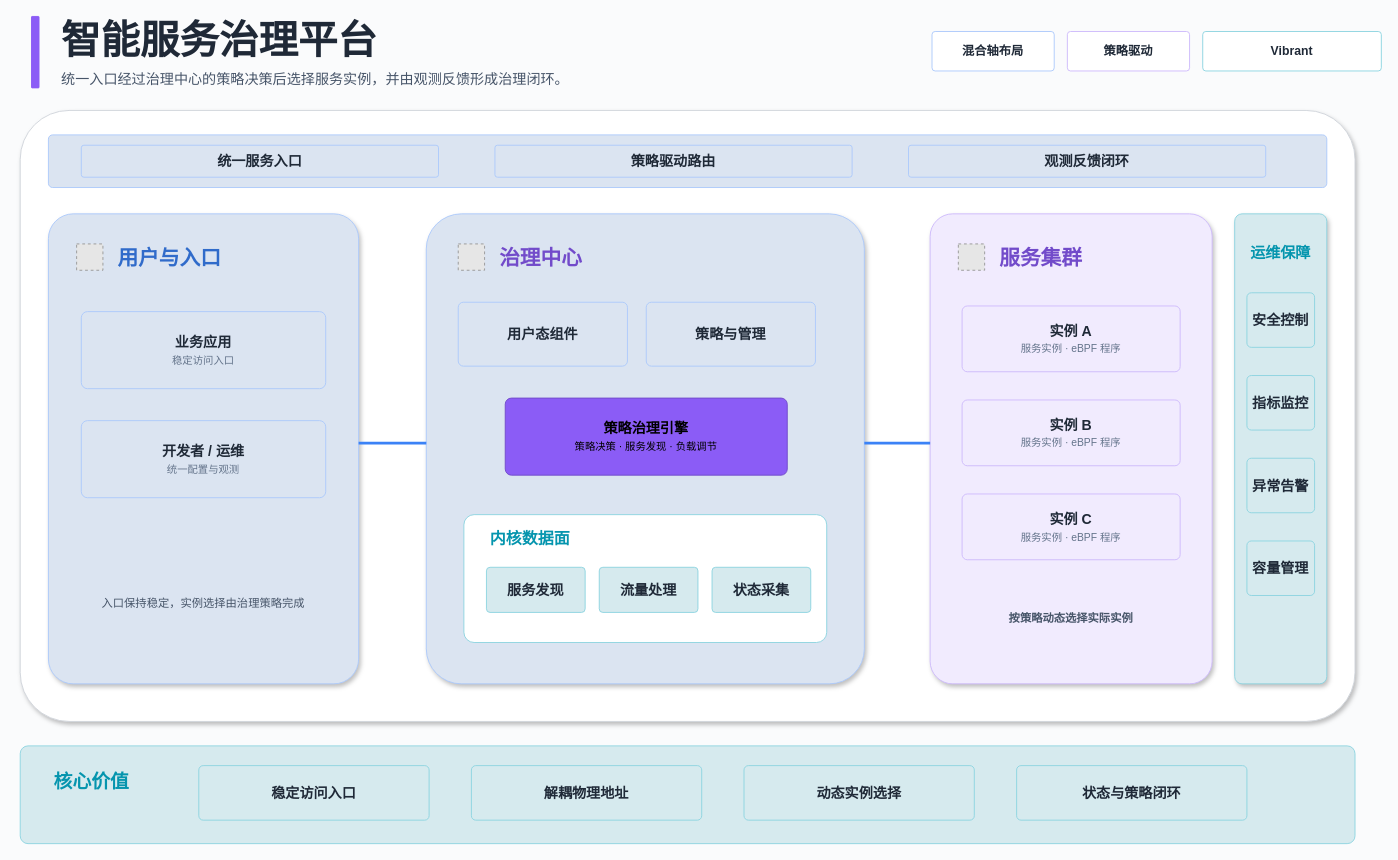
BeWaterMyFriend7/SKILL-PROJECT keeps this draw.io diagram as test-outputs/diagram-types/baselines/xml/vibrant.drawio. Above is the earlier version. Source tidied: cells renumbered, new cells numbered last; positions are measured from the earlier drawing's top-left corner, leaving out a move shared by most shapes. Both pictures are drawn from the tidied source at 94%, with x=0, y=0 at pixel (20, 16). Pictures stored in the file or linked from it are replaced by grey dashed boxes.
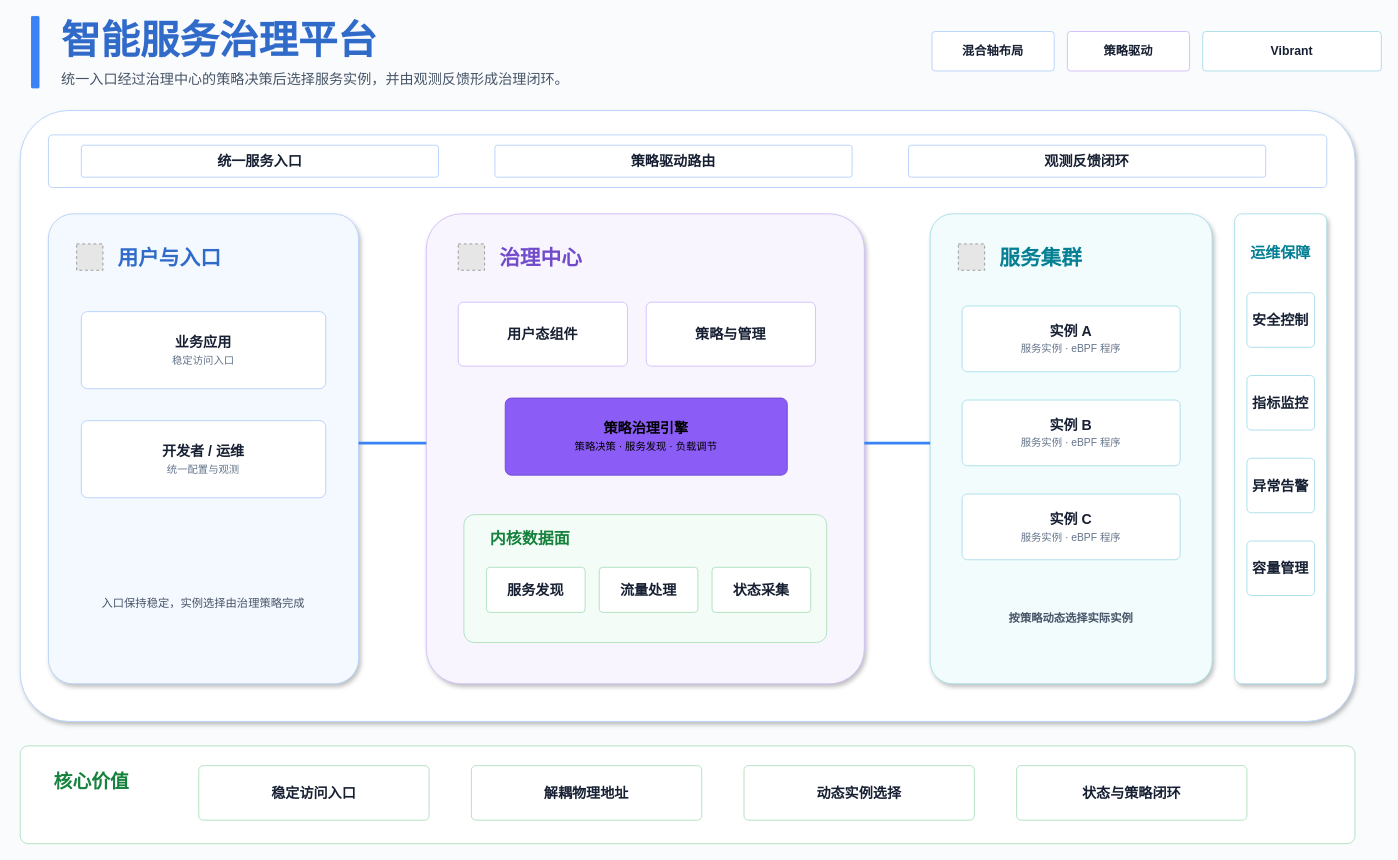
Above is the later version.

The edit, as a diff of the source:
```diff
@@
-    <mxCell id="2" style="rounded=1;arcSize=8;whiteSpace=wrap;html=1;fillColor=#8B5CF6;strokeColor=#8B5CF6;fontColor=#000000;fontSize=14;fontFamily=Microsoft YaHei;align=center;verticalAlign=middle;" parent="1" vertex="1">
+    <mxCell id="2" style="rounded=1;arcSize=8;whiteSpace=wrap;html=1;fillColor=#3B82F6;strokeColor=#3B82F6;fontColor=#000000;fontSize=14;fontFamily=Microsoft YaHei;align=center;verticalAlign=middle;" parent="1" vertex="1">
       <mxGeometry x="12" width="8" height="76" as="geometry" />
     </mxCell>
-    <mxCell id="3" value="智能服务治理平台" style="text=;html=1;strokeColor=none;fillColor=none;align=left;verticalAlign=middle;whiteSpace=wrap;fontFamily=Microsoft YaHei;fontSize=42;fontStyle=1;fontColor=#1F2937;" parent="1" vertex="1">
+    <mxCell id="3" value="智能服务治理平台" style="text=;html=1;strokeColor=none;fillColor=none;align=left;verticalAlign=middle;whiteSpace=wrap;fontFamily=Microsoft YaHei;fontSize=42;fontStyle=1;fontColor=#306BCA;" parent="1" vertex="1">
       <mxGeometry x="42" width="700" height="52" as="geometry" />
     </mxCell>
@@
-    <mxCell id="5" value="混合轴布局" style="rounded=1;arcSize=8;whiteSpace=wrap;html=1;fillColor=#FFFFFF;strokeColor=#ADCAFB;fontColor=#1F2937;fontSize=13;fontFamily=Microsoft YaHei;align=center;verticalAlign=middle;fontStyle=1;" parent="1" vertex="1">
+    <mxCell id="5" value="混合轴布局" style="rounded=1;arcSize=8;whiteSpace=wrap;html=1;fillColor=#FFFFFF;strokeColor=#B8D3FA;fontColor=#172033;fontSize=13;fontFamily=Microsoft YaHei;align=center;verticalAlign=middle;fontStyle=1;" parent="1" vertex="1">
       <mxGeometry x="970" y="16" width="130" height="42" as="geometry" />
     </mxCell>
-    <mxCell id="6" value="策略驱动" style="rounded=1;arcSize=8;whiteSpace=wrap;html=1;fillColor=#FFFFFF;strokeColor=#CEBBFB;fontColor=#1F2937;fontSize=13;fontFamily=Microsoft YaHei;align=center;verticalAlign=middle;fontStyle=1;" parent="1" vertex="1">
+    <mxCell id="6" value="策略驱动" style="rounded=1;arcSize=8;whiteSpace=wrap;html=1;fillColor=#FFFFFF;strokeColor=#D2BFFA;fontColor=#172033;fontSize=13;fontFamily=Microsoft YaHei;align=center;verticalAlign=middle;fontStyle=1;" parent="1" vertex="1">
       <mxGeometry x="1114" y="16" width="130" height="42" as="geometry" />
     </mxCell>
-    <mxCell id="7" value="Vibrant" style="rounded=1;arcSize=8;whiteSpace=wrap;html=1;fillColor=#FFFFFF;strokeColor=#8ED5E1;fontColor=#1F2937;fontSize=13;fontFamily=Microsoft YaHei;align=center;verticalAlign=middle;fontStyle=1;" parent="1" vertex="1">
+    <mxCell id="7" value="Vibrant" style="rounded=1;arcSize=8;whiteSpace=wrap;html=1;fillColor=#FFFFFF;strokeColor=#A9DFE9;fontColor=#172033;fontSize=13;fontFamily=Microsoft YaHei;align=center;verticalAlign=middle;fontStyle=1;" parent="1" vertex="1">
       <mxGeometry x="1258" y="16" width="190" height="42" as="geometry" />
     </mxCell>
-    <mxCell id="8" style="rounded=1;arcSize=8;whiteSpace=wrap;html=1;fillColor=#FFFFFF;strokeColor=#D1D5DB;fontColor=#475569;fontSize=14;fontFamily=Microsoft YaHei;align=center;verticalAlign=middle;shadow=1;" parent="1" vertex="1">
+    <mxCell id="8" style="rounded=1;arcSize=8;whiteSpace=wrap;html=1;fillColor=#FFFFFF;strokeColor=#B8D3FA;fontColor=#172033;fontSize=14;fontFamily=Microsoft YaHei;align=center;verticalAlign=middle;shadow=1;" parent="1" vertex="1">
       <mxGeometry y="100" width="1420" height="650" as="geometry" />
     </mxCell>
-    <mxCell id="9" style="rounded=1;arcSize=8;whiteSpace=wrap;html=1;fillColor=#DBE4F1;strokeColor=#ADCAFB;fontColor=#475569;fontSize=14;fontFamily=Microsoft YaHei;align=center;verticalAlign=middle;" parent="1" vertex="1">
+    <mxCell id="9" style="rounded=1;arcSize=8;whiteSpace=wrap;html=1;fillColor=#FFFFFF;strokeColor=#B8D3FA;fontColor=#172033;fontSize=14;fontFamily=Microsoft YaHei;align=center;verticalAlign=middle;" parent="1" vertex="1">
       <mxGeometry x="30" y="126" width="1360" height="56" as="geometry" />
     </mxCell>
-    <mxCell id="10" value="&lt;b&gt;统一服务入口&lt;/b&gt;" style="rounded=1;arcSize=8;whiteSpace=wrap;html=1;fillColor=#DBE4F1;strokeColor=#ADCAFB;fontColor=#1F2937;fontSize=15;fontFamily=Microsoft YaHei;align=center;verticalAlign=middle;" parent="1" vertex="1">
+    <mxCell id="10" value="&lt;b&gt;统一服务入口&lt;/b&gt;" style="rounded=1;arcSize=8;whiteSpace=wrap;html=1;fillColor=#FFFFFF;strokeColor=#B8D3FA;fontColor=#172033;fontSize=15;fontFamily=Microsoft YaHei;align=center;verticalAlign=middle;" parent="1" vertex="1">
       <mxGeometry x="65" y="137" width="380" height="34" as="geometry" />
     </mxCell>
-    <mxCell id="11" value="&lt;b&gt;策略驱动路由&lt;/b&gt;" style="rounded=1;arcSize=8;whiteSpace=wrap;html=1;fillColor=#DBE4F1;strokeColor=#ADCAFB;fontColor=#1F2937;fontSize=15;fontFamily=Microsoft YaHei;align=center;verticalAlign=middle;" parent="1" vertex="1">
+    <mxCell id="11" value="&lt;b&gt;策略驱动路由&lt;/b&gt;" style="rounded=1;arcSize=8;whiteSpace=wrap;html=1;fillColor=#FFFFFF;strokeColor=#B8D3FA;fontColor=#172033;fontSize=15;fontFamily=Microsoft YaHei;align=center;verticalAlign=middle;" parent="1" vertex="1">
       <mxGeometry x="505" y="137" width="380" height="34" as="geometry" />
     </mxCell>
-    <mxCell id="12" value="&lt;b&gt;观测反馈闭环&lt;/b&gt;" style="rounded=1;arcSize=8;whiteSpace=wrap;html=1;fillColor=#DBE4F1;strokeColor=#ADCAFB;fontColor=#1F2937;fontSize=15;fontFamily=Microsoft YaHei;align=center;verticalAlign=middle;" parent="1" vertex="1">
+    <mxCell id="12" value="&lt;b&gt;观测反馈闭环&lt;/b&gt;" style="rounded=1;arcSize=8;whiteSpace=wrap;html=1;fillColor=#FFFFFF;strokeColor=#B8D3FA;fontColor=#172033;fontSize=15;fontFamily=Microsoft YaHei;align=center;verticalAlign=middle;" parent="1" vertex="1">
       <mxGeometry x="945" y="137" width="380" height="34" as="geometry" />
     </mxCell>
-    <mxCell id="13" style="rounded=1;arcSize=8;whiteSpace=wrap;html=1;fillColor=#DBE4F1;strokeColor=#ADCAFB;fontColor=#475569;fontSize=14;fontFamily=Microsoft YaHei;align=center;verticalAlign=middle;shadow=1;" parent="1" vertex="1">
+    <mxCell id="13" style="rounded=1;arcSize=8;whiteSpace=wrap;html=1;fillColor=#F4F8FF;strokeColor=#B8D3FA;fontColor=#172033;fontSize=14;fontFamily=Microsoft YaHei;align=center;verticalAlign=middle;shadow=1;" parent="1" vertex="1">
       <mxGeometry x="30" y="210" width="330" height="500" as="geometry" />
     </mxCell>
@@
-    <mxCell id="16" value="&lt;b&gt;业务应用&lt;/b&gt;&lt;br&gt;&lt;font style='font-size:11px;color:#64748B'&gt;稳定访问入口&lt;/font&gt;" style="rounded=1;arcSize=8;whiteSpace=wrap;html=1;fillColor=#DBE4F1;strokeColor=#ADCAFB;fontColor=#1F2937;fontSize=15;fontFamily=Microsoft YaHei;align=center;verticalAlign=middle;" parent="1" vertex="1">
+    <mxCell id="16" value="&lt;b&gt;业务应用&lt;/b&gt;&lt;br&gt;&lt;font style='font-size:11px;color:#64748B'&gt;稳定访问入口&lt;/font&gt;" style="rounded=1;arcSize=8;whiteSpace=wrap;html=1;fillColor=#FFFFFF;strokeColor=#B8D3FA;fontColor=#172033;fontSize=15;fontFamily=Microsoft YaHei;align=center;verticalAlign=middle;" parent="1" vertex="1">
       <mxGeometry x="65" y="314" width="260" height="82" as="geometry" />
     </mxCell>
-    <mxCell id="17" value="&lt;b&gt;开发者 / 运维&lt;/b&gt;&lt;br&gt;&lt;font style='font-size:11px;color:#64748B'&gt;统一配置与观测&lt;/font&gt;" style="rounded=1;arcSize=8;whiteSpace=wrap;html=1;fillColor=#DBE4F1;strokeColor=#ADCAFB;fontColor=#1F2937;fontSize=15;fontFamily=Microsoft YaHei;align=center;verticalAlign=middle;" parent="1" vertex="1">
+    <mxCell id="17" value="&lt;b&gt;开发者 / 运维&lt;/b&gt;&lt;br&gt;&lt;font style='font-size:11px;color:#64748B'&gt;统一配置与观测&lt;/font&gt;" style="rounded=1;arcSize=8;whiteSpace=wrap;html=1;fillColor=#FFFFFF;strokeColor=#B8D3FA;fontColor=#172033;fontSize=15;fontFamily=Microsoft YaHei;align=center;verticalAlign=middle;" parent="1" vertex="1">
       <mxGeometry x="65" y="430" width="260" height="82" as="geometry" />
     </mxCell>
@@
-    <mxCell id="19" style="rounded=1;arcSize=8;whiteSpace=wrap;html=1;fillColor=#DBE4F1;strokeColor=#ADCAFB;fontColor=#475569;fontSize=14;fontFamily=Microsoft YaHei;align=center;verticalAlign=middle;shadow=1;" parent="1" vertex="1">
+    <mxCell id="19" style="rounded=1;arcSize=8;whiteSpace=wrap;html=1;fillColor=#F8F5FF;strokeColor=#D2BFFA;fontColor=#172033;fontSize=14;fontFamily=Microsoft YaHei;align=center;verticalAlign=middle;shadow=1;" parent="1" vertex="1">
       <mxGeometry x="432" y="210" width="466" height="500" as="geometry" />
     </mxCell>
@@
-    <mxCell id="22" value="&lt;b&gt;用户态组件&lt;/b&gt;" style="rounded=1;arcSize=8;whiteSpace=wrap;html=1;fillColor=#DBE4F1;strokeColor=#ADCAFB;fontColor=#1F2937;fontSize=15;fontFamily=Microsoft YaHei;align=center;verticalAlign=middle;" parent="1" vertex="1">
+    <mxCell id="22" value="&lt;b&gt;用户态组件&lt;/b&gt;" style="rounded=1;arcSize=8;whiteSpace=wrap;html=1;fillColor=#FFFFFF;strokeColor=#D2BFFA;fontColor=#172033;fontSize=15;fontFamily=Microsoft YaHei;align=center;verticalAlign=middle;" parent="1" vertex="1">
       <mxGeometry x="466" y="304" width="180" height="68" as="geometry" />
     </mxCell>
-    <mxCell id="23" value="&lt;b&gt;策略与管理&lt;/b&gt;" style="rounded=1;arcSize=8;whiteSpace=wrap;html=1;fillColor=#DBE4F1;strokeColor=#ADCAFB;fontColor=#1F2937;fontSize=15;fontFamily=Microsoft YaHei;align=center;verticalAlign=middle;" parent="1" vertex="1">
+    <mxCell id="23" value="&lt;b&gt;策略与管理&lt;/b&gt;" style="rounded=1;arcSize=8;whiteSpace=wrap;html=1;fillColor=#FFFFFF;strokeColor=#D2BFFA;fontColor=#172033;fontSize=15;fontFamily=Microsoft YaHei;align=center;verticalAlign=middle;" parent="1" vertex="1">
       <mxGeometry x="666" y="304" width="180" height="68" as="geometry" />
     </mxCell>
@@
-    <mxCell id="25" style="rounded=1;arcSize=8;whiteSpace=wrap;html=1;fillColor=#FFFFFF;strokeColor=#8ED5E1;fontColor=#475569;fontSize=14;fontFamily=Microsoft YaHei;align=center;verticalAlign=middle;" parent="1" vertex="1">
+    <mxCell id="25" style="rounded=1;arcSize=8;whiteSpace=wrap;html=1;fillColor=#F3FCF6;strokeColor=#AFE2BF;fontColor=#172033;fontSize=14;fontFamily=Microsoft YaHei;align=center;verticalAlign=middle;" parent="1" vertex="1">
       <mxGeometry x="472" y="530" width="386" height="136" as="geometry" />
     </mxCell>
-    <mxCell id="26" value="内核数据面" style="text=;html=1;strokeColor=none;fillColor=none;align=left;verticalAlign=middle;whiteSpace=wrap;fontFamily=Microsoft YaHei;fontSize=17;fontStyle=1;fontColor=#0595AE;" parent="1" vertex="1">
+    <mxCell id="26" value="内核数据面" style="text=;html=1;strokeColor=none;fillColor=none;align=left;verticalAlign=middle;whiteSpace=wrap;fontFamily=Microsoft YaHei;fontSize=17;fontStyle=1;fontColor=#16823E;" parent="1" vertex="1">
       <mxGeometry x="498" y="540" width="220" height="34" as="geometry" />
     </mxCell>
-    <mxCell id="27" value="&lt;b&gt;服务发现&lt;/b&gt;" style="rounded=1;arcSize=8;whiteSpace=wrap;html=1;fillColor=#D6EAEE;strokeColor=#8ED5E1;fontColor=#1F2937;fontSize=15;fontFamily=Microsoft YaHei;align=center;verticalAlign=middle;" parent="1" vertex="1">
+    <mxCell id="27" value="&lt;b&gt;服务发现&lt;/b&gt;" style="rounded=1;arcSize=8;whiteSpace=wrap;html=1;fillColor=#FFFFFF;strokeColor=#AFE2BF;fontColor=#172033;fontSize=15;fontFamily=Microsoft YaHei;align=center;verticalAlign=middle;" parent="1" vertex="1">
       <mxGeometry x="496" y="586" width="105" height="48" as="geometry" />
     </mxCell>
-    <mxCell id="28" value="&lt;b&gt;流量处理&lt;/b&gt;" style="rounded=1;arcSize=8;whiteSpace=wrap;html=1;fillColor=#D6EAEE;strokeColor=#8ED5E1;fontColor=#1F2937;fontSize=15;fontFamily=Microsoft YaHei;align=center;verticalAlign=middle;" parent="1" vertex="1">
+    <mxCell id="28" value="&lt;b&gt;流量处理&lt;/b&gt;" style="rounded=1;arcSize=8;whiteSpace=wrap;html=1;fillColor=#FFFFFF;strokeColor=#AFE2BF;fontColor=#172033;fontSize=15;fontFamily=Microsoft YaHei;align=center;verticalAlign=middle;" parent="1" vertex="1">
       <mxGeometry x="616" y="586" width="105" height="48" as="geometry" />
     </mxCell>
-    <mxCell id="29" value="&lt;b&gt;状态采集&lt;/b&gt;" style="rounded=1;arcSize=8;whiteSpace=wrap;html=1;fillColor=#D6EAEE;strokeColor=#8ED5E1;fontColor=#1F2937;fontSize=15;fontFamily=Microsoft YaHei;align=center;verticalAlign=middle;" parent="1" vertex="1">
+    <mxCell id="29" value="&lt;b&gt;状态采集&lt;/b&gt;" style="rounded=1;arcSize=8;whiteSpace=wrap;html=1;fillColor=#FFFFFF;strokeColor=#AFE2BF;fontColor=#172033;fontSize=15;fontFamily=Microsoft YaHei;align=center;verticalAlign=middle;" parent="1" vertex="1">
       <mxGeometry x="736" y="586" width="105" height="48" as="geometry" />
     </mxCell>
-    <mxCell id="30" style="rounded=1;arcSize=8;whiteSpace=wrap;html=1;fillColor=#F1EBFE;strokeColor=#CEBBFB;fontColor=#475569;fontSize=14;fontFamily=Microsoft YaHei;align=center;verticalAlign=middle;shadow=1;" parent="1" vertex="1">
+    <mxCell id="30" style="rounded=1;arcSize=8;whiteSpace=wrap;html=1;fillColor=#F2FCFD;strokeColor=#A9DFE9;fontColor=#172033;fontSize=14;fontFamily=Microsoft YaHei;align=center;verticalAlign=middle;shadow=1;" parent="1" vertex="1">
       <mxGeometry x="968" y="210" width="300" height="500" as="geometry" />
     </mxCell>
@@
-    <mxCell id="32" value="服务集群" style="text=;html=1;strokeColor=none;fillColor=none;align=left;verticalAlign=middle;whiteSpace=wrap;fontFamily=Microsoft YaHei;fontSize=22;fontStyle=1;fontColor=#724BCA;" parent="1" vertex="1">
+    <mxCell id="32" value="服务集群" style="text=;html=1;strokeColor=none;fillColor=none;align=left;verticalAlign=middle;whiteSpace=wrap;fontFamily=Microsoft YaHei;fontSize=22;fontStyle=1;fontColor=#047F94;" parent="1" vertex="1">
       <mxGeometry x="1040" y="236" width="190" height="44" as="geometry" />
     </mxCell>
-    <mxCell id="33" value="&lt;b&gt;实例 A&lt;/b&gt;&lt;br&gt;&lt;font style='font-size:11px;color:#64748B'&gt;服务实例 · eBPF 程序&lt;/font&gt;" style="rounded=1;arcSize=8;whiteSpace=wrap;html=1;fillColor=#F1EBFE;strokeColor=#CEBBFB;fontColor=#1F2937;fontSize=15;fontFamily=Microsoft YaHei;align=center;verticalAlign=middle;" parent="1" vertex="1">
+    <mxCell id="33" value="&lt;b&gt;实例 A&lt;/b&gt;&lt;br&gt;&lt;font style='font-size:11px;color:#64748B'&gt;服务实例 · eBPF 程序&lt;/font&gt;" style="rounded=1;arcSize=8;whiteSpace=wrap;html=1;fillColor=#FFFFFF;strokeColor=#A9DFE9;fontColor=#172033;fontSize=15;fontFamily=Microsoft YaHei;align=center;verticalAlign=middle;" parent="1" vertex="1">
       <mxGeometry x="1002" y="308" width="232" height="70" as="geometry" />
     </mxCell>
-    <mxCell id="34" value="&lt;b&gt;实例 B&lt;/b&gt;&lt;br&gt;&lt;font style='font-size:11px;color:#64748B'&gt;服务实例 · eBPF 程序&lt;/font&gt;" style="rounded=1;arcSize=8;whiteSpace=wrap;html=1;fillColor=#F1EBFE;strokeColor=#CEBBFB;fontColor=#1F2937;fontSize=15;fontFamily=Microsoft YaHei;align=center;verticalAlign=middle;" parent="1" vertex="1">
+    <mxCell id="34" value="&lt;b&gt;实例 B&lt;/b&gt;&lt;br&gt;&lt;font style='font-size:11px;color:#64748B'&gt;服务实例 · eBPF 程序&lt;/font&gt;" style="rounded=1;arcSize=8;whiteSpace=wrap;html=1;fillColor=#FFFFFF;strokeColor=#A9DFE9;fontColor=#172033;fontSize=15;fontFamily=Microsoft YaHei;align=center;verticalAlign=middle;" parent="1" vertex="1">
       <mxGeometry x="1002" y="408" width="232" height="70" as="geometry" />
     </mxCell>
-    <mxCell id="35" value="&lt;b&gt;实例 C&lt;/b&gt;&lt;br&gt;&lt;font style='font-size:11px;color:#64748B'&gt;服务实例 · eBPF 程序&lt;/font&gt;" style="rounded=1;arcSize=8;whiteSpace=wrap;html=1;fillColor=#F1EBFE;strokeColor=#CEBBFB;fontColor=#1F2937;fontSize=15;fontFamily=Microsoft YaHei;align=center;verticalAlign=middle;" parent="1" vertex="1">
+    <mxCell id="35" value="&lt;b&gt;实例 C&lt;/b&gt;&lt;br&gt;&lt;font style='font-size:11px;color:#64748B'&gt;服务实例 · eBPF 程序&lt;/font&gt;" style="rounded=1;arcSize=8;whiteSpace=wrap;html=1;fillColor=#FFFFFF;strokeColor=#A9DFE9;fontColor=#172033;fontSize=15;fontFamily=Microsoft YaHei;align=center;verticalAlign=middle;" parent="1" vertex="1">
       <mxGeometry x="1002" y="508" width="232" height="70" as="geometry" />
     </mxCell>
@@
-    <mxCell id="37" style="rounded=1;arcSize=8;whiteSpace=wrap;html=1;fillColor=#D6EAEE;strokeColor=#8ED5E1;fontColor=#475569;fontSize=14;fontFamily=Microsoft YaHei;align=center;verticalAlign=middle;shadow=1;" parent="1" vertex="1">
+    <mxCell id="37" style="rounded=1;arcSize=8;whiteSpace=wrap;html=1;fillColor=#FFFFFF;strokeColor=#A9DFE9;fontColor=#172033;fontSize=14;fontFamily=Microsoft YaHei;align=center;verticalAlign=middle;shadow=1;" parent="1" vertex="1">
       <mxGeometry x="1292" y="210" width="98" height="500" as="geometry" />
     </mxCell>
-    <mxCell id="38" value="运维保障" style="text=;html=1;strokeColor=none;fillColor=none;align=center;verticalAlign=middle;whiteSpace=wrap;fontFamily=Microsoft YaHei;fontSize=16;fontStyle=1;fontColor=#0595AE;" parent="1" vertex="1">
+    <mxCell id="38" value="运维保障" style="rounded=1;arcSize=8;whiteSpace=wrap;html=1;fillColor=#FFFFFF;strokeColor=#FFFFFF;fontColor=#047F94;fontSize=16;fontFamily=Microsoft YaHei;align=center;verticalAlign=middle;fontStyle=1;" parent="1" vertex="1">
       <mxGeometry x="1302" y="226" width="78" height="50" as="geometry" />
     </mxCell>
-    <mxCell id="39" value="&lt;b&gt;安全控制&lt;/b&gt;" style="rounded=1;arcSize=8;whiteSpace=wrap;html=1;fillColor=#D6EAEE;strokeColor=#8ED5E1;fontColor=#1F2937;fontSize=15;fontFamily=Microsoft YaHei;align=center;verticalAlign=middle;" parent="1" vertex="1">
+    <mxCell id="39" value="&lt;b&gt;安全控制&lt;/b&gt;" style="rounded=1;arcSize=8;whiteSpace=wrap;html=1;fillColor=#FFFFFF;strokeColor=#A9DFE9;fontColor=#172033;fontSize=15;fontFamily=Microsoft YaHei;align=center;verticalAlign=middle;" parent="1" vertex="1">
       <mxGeometry x="1305" y="294" width="72" height="58" as="geometry" />
     </mxCell>
-    <mxCell id="40" value="&lt;b&gt;指标监控&lt;/b&gt;" style="rounded=1;arcSize=8;whiteSpace=wrap;html=1;fillColor=#D6EAEE;strokeColor=#8ED5E1;fontColor=#1F2937;fontSize=15;fontFamily=Microsoft YaHei;align=center;verticalAlign=middle;" parent="1" vertex="1">
+    <mxCell id="40" value="&lt;b&gt;指标监控&lt;/b&gt;" style="rounded=1;arcSize=8;whiteSpace=wrap;html=1;fillColor=#FFFFFF;strokeColor=#A9DFE9;fontColor=#172033;fontSize=15;fontFamily=Microsoft YaHei;align=center;verticalAlign=middle;" parent="1" vertex="1">
       <mxGeometry x="1305" y="382" width="72" height="58" as="geometry" />
     </mxCell>
-    <mxCell id="41" value="&lt;b&gt;异常告警&lt;/b&gt;" style="rounded=1;arcSize=8;whiteSpace=wrap;html=1;fillColor=#D6EAEE;strokeColor=#8ED5E1;fontColor=#1F2937;fontSize=15;fontFamily=Microsoft YaHei;align=center;verticalAlign=middle;" parent="1" vertex="1">
+    <mxCell id="41" value="&lt;b&gt;异常告警&lt;/b&gt;" style="rounded=1;arcSize=8;whiteSpace=wrap;html=1;fillColor=#FFFFFF;strokeColor=#A9DFE9;fontColor=#172033;fontSize=15;fontFamily=Microsoft YaHei;align=center;verticalAlign=middle;" parent="1" vertex="1">
       <mxGeometry x="1305" y="470" width="72" height="58" as="geometry" />
     </mxCell>
-    <mxCell id="42" value="&lt;b&gt;容量管理&lt;/b&gt;" style="rounded=1;arcSize=8;whiteSpace=wrap;html=1;fillColor=#D6EAEE;strokeColor=#8ED5E1;fontColor=#1F2937;fontSize=15;fontFamily=Microsoft YaHei;align=center;verticalAlign=middle;" parent="1" vertex="1">
+    <mxCell id="42" value="&lt;b&gt;容量管理&lt;/b&gt;" style="rounded=1;arcSize=8;whiteSpace=wrap;html=1;fillColor=#FFFFFF;strokeColor=#A9DFE9;fontColor=#172033;fontSize=15;fontFamily=Microsoft YaHei;align=center;verticalAlign=middle;" parent="1" vertex="1">
       <mxGeometry x="1305" y="558" width="72" height="58" as="geometry" />
     </mxCell>
-    <mxCell id="43" style="rounded=1;arcSize=8;whiteSpace=wrap;html=1;fillColor=#D6EAEE;strokeColor=#8ED5E1;fontColor=#475569;fontSize=14;fontFamily=Microsoft YaHei;align=center;verticalAlign=middle;" parent="1" vertex="1">
+    <mxCell id="43" style="rounded=1;arcSize=8;whiteSpace=wrap;html=1;fillColor=#FFFFFF;strokeColor=#AFE2BF;fontColor=#172033;fontSize=14;fontFamily=Microsoft YaHei;align=center;verticalAlign=middle;" parent="1" vertex="1">
       <mxGeometry y="776" width="1420" height="104" as="geometry" />
     </mxCell>
-    <mxCell id="44" value="核心价值" style="text=;html=1;strokeColor=none;fillColor=none;align=left;verticalAlign=middle;whiteSpace=wrap;fontFamily=Microsoft YaHei;fontSize=20;fontStyle=1;fontColor=#0595AE;" parent="1" vertex="1">
+    <mxCell id="44" value="核心价值" style="text=;html=1;strokeColor=none;fillColor=none;align=left;verticalAlign=middle;whiteSpace=wrap;fontFamily=Microsoft YaHei;fontSize=20;fontStyle=1;fontColor=#16823E;" parent="1" vertex="1">
       <mxGeometry x="34" y="792" width="130" height="42" as="geometry" />
     </mxCell>
-    <mxCell id="45" value="&lt;b&gt;稳定访问入口&lt;/b&gt;" style="rounded=1;arcSize=8;whiteSpace=wrap;html=1;fillColor=#D6EAEE;strokeColor=#8ED5E1;fontColor=#1F2937;fontSize=15;fontFamily=Microsoft YaHei;align=center;verticalAlign=middle;" parent="1" vertex="1">
+    <mxCell id="45" value="&lt;b&gt;稳定访问入口&lt;/b&gt;" style="rounded=1;arcSize=8;whiteSpace=wrap;html=1;fillColor=#FFFFFF;strokeColor=#AFE2BF;fontColor=#172033;fontSize=15;fontFamily=Microsoft YaHei;align=center;verticalAlign=middle;" parent="1" vertex="1">
       <mxGeometry x="190" y="797" width="245" height="58" as="geometry" />
     </mxCell>
-    <mxCell id="46" value="&lt;b&gt;解耦物理地址&lt;/b&gt;" style="rounded=1;arcSize=8;whiteSpace=wrap;html=1;fillColor=#D6EAEE;strokeColor=#8ED5E1;fontColor=#1F2937;fontSize=15;fontFamily=Microsoft YaHei;align=center;verticalAlign=middle;" parent="1" vertex="1">
+    <mxCell id="46" value="&lt;b&gt;解耦物理地址&lt;/b&gt;" style="rounded=1;arcSize=8;whiteSpace=wrap;html=1;fillColor=#FFFFFF;strokeColor=#AFE2BF;fontColor=#172033;fontSize=15;fontFamily=Microsoft YaHei;align=center;verticalAlign=middle;" parent="1" vertex="1">
       <mxGeometry x="480" y="797" width="245" height="58" as="geometry" />
     </mxCell>
-    <mxCell id="47" value="&lt;b&gt;动态实例选择&lt;/b&gt;" style="rounded=1;arcSize=8;whiteSpace=wrap;html=1;fillColor=#D6EAEE;strokeColor=#8ED5E1;fontColor=#1F2937;fontSize=15;fontFamily=Microsoft YaHei;align=center;verticalAlign=middle;" parent="1" vertex="1">
+    <mxCell id="47" value="&lt;b&gt;动态实例选择&lt;/b&gt;" style="rounded=1;arcSize=8;whiteSpace=wrap;html=1;fillColor=#FFFFFF;strokeColor=#AFE2BF;fontColor=#172033;fontSize=15;fontFamily=Microsoft YaHei;align=center;verticalAlign=middle;" parent="1" vertex="1">
       <mxGeometry x="770" y="797" width="245" height="58" as="geometry" />
     </mxCell>
-    <mxCell id="48" value="&lt;b&gt;状态与策略闭环&lt;/b&gt;" style="rounded=1;arcSize=8;whiteSpace=wrap;html=1;fillColor=#D6EAEE;strokeColor=#8ED5E1;fontColor=#1F2937;fontSize=15;fontFamily=Microsoft YaHei;align=center;verticalAlign=middle;" parent="1" vertex="1">
+    <mxCell id="48" value="&lt;b&gt;状态与策略闭环&lt;/b&gt;" style="rounded=1;arcSize=8;whiteSpace=wrap;html=1;fillColor=#FFFFFF;strokeColor=#AFE2BF;fontColor=#172033;fontSize=15;fontFamily=Microsoft YaHei;align=center;verticalAlign=middle;" parent="1" vertex="1">
       <mxGeometry x="1060" y="797" width="245" height="58" as="geometry" />
     </mxCell>
```
